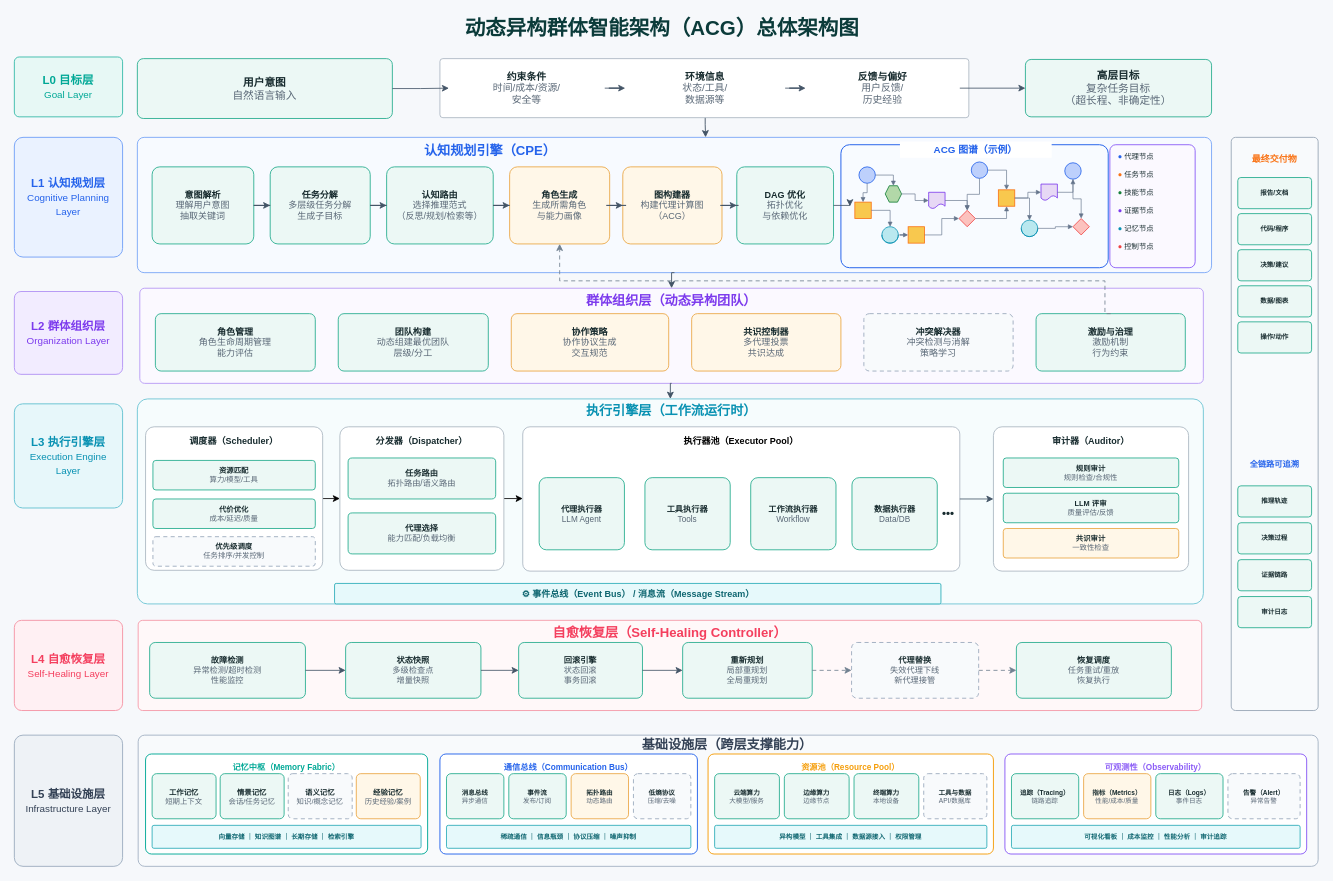
zongxi-Li/zhiyi-AgentOS keeps this draw.io diagram as docs/02-架构设计/figures/知弈AgentOS_ACG总体架构.drawio. Above is the earlier version. Source tidied: cells renumbered, new cells numbered last; positions are measured from the earlier drawing's top-left corner, leaving out a move shared by most shapes. Both pictures are drawn from the tidied source at 82%, with x=0, y=0 at pixel (14, 14).
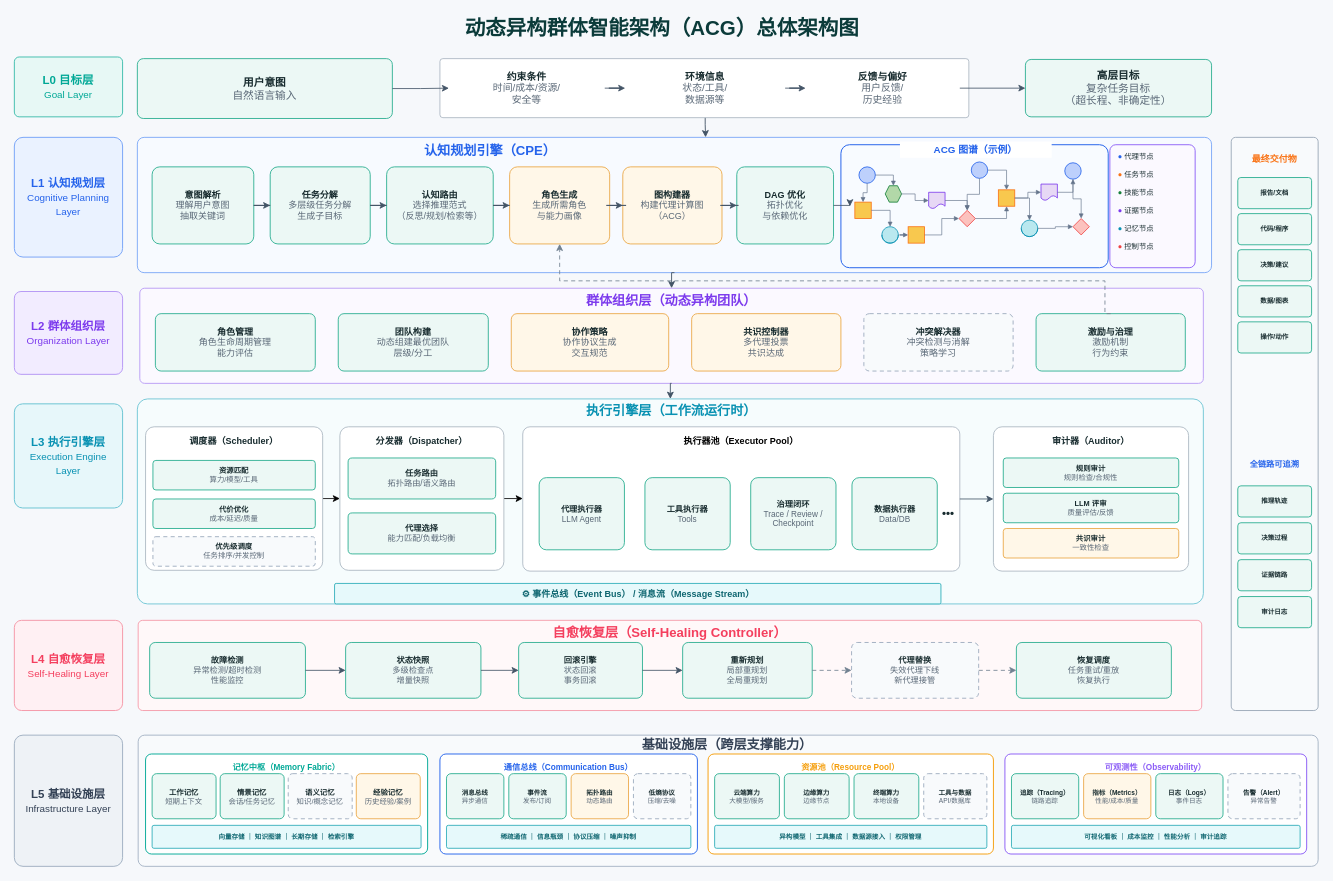
The same diagram, later.

Change to the diagram source:
```diff
@@
-    <mxCell id="103" value="&lt;b&gt;工作流执行器&lt;/b&gt;&lt;br&gt;&lt;font color=&quot;#596776&quot;&gt;Workflow&lt;/font&gt;" style="rounded=1;whiteSpace=wrap;html=1;fillColor=#ECF8F5;strokeColor=#1AA888;strokeWidth=1;arcSize=10;fontFamily=Microsoft YaHei;fontSize=10;fontColor=#172B2E;align=center;verticalAlign=middle;spacingLeft=5;spacingRight=5;spacingTop=3;spacingBottom=3;" parent="1" vertex="1">
-      <mxGeometry x="898" y="565" width="104" height="88" as="geometry" />
-    </mxCell>
+    <mxCell id="156" value="&lt;b&gt;治理闭环&lt;/b&gt;&lt;br&gt;&lt;font color=&quot;#596776&quot;&gt;Trace / Review / Checkpoint&lt;/font&gt;" style="rounded=1;whiteSpace=wrap;html=1;fillColor=#ECF8F5;strokeColor=#1AA888;strokeWidth=1;arcSize=10;fontFamily=Microsoft YaHei;fontSize=10;fontColor=#172B2E;align=center;verticalAlign=middle;spacingLeft=5;spacingRight=5;spacingTop=3;spacingBottom=3;" parent="1" vertex="1">
+      <mxGeometry x="898" y="565" width="104" height="88" as="geometry" />
+    </mxCell>
```
